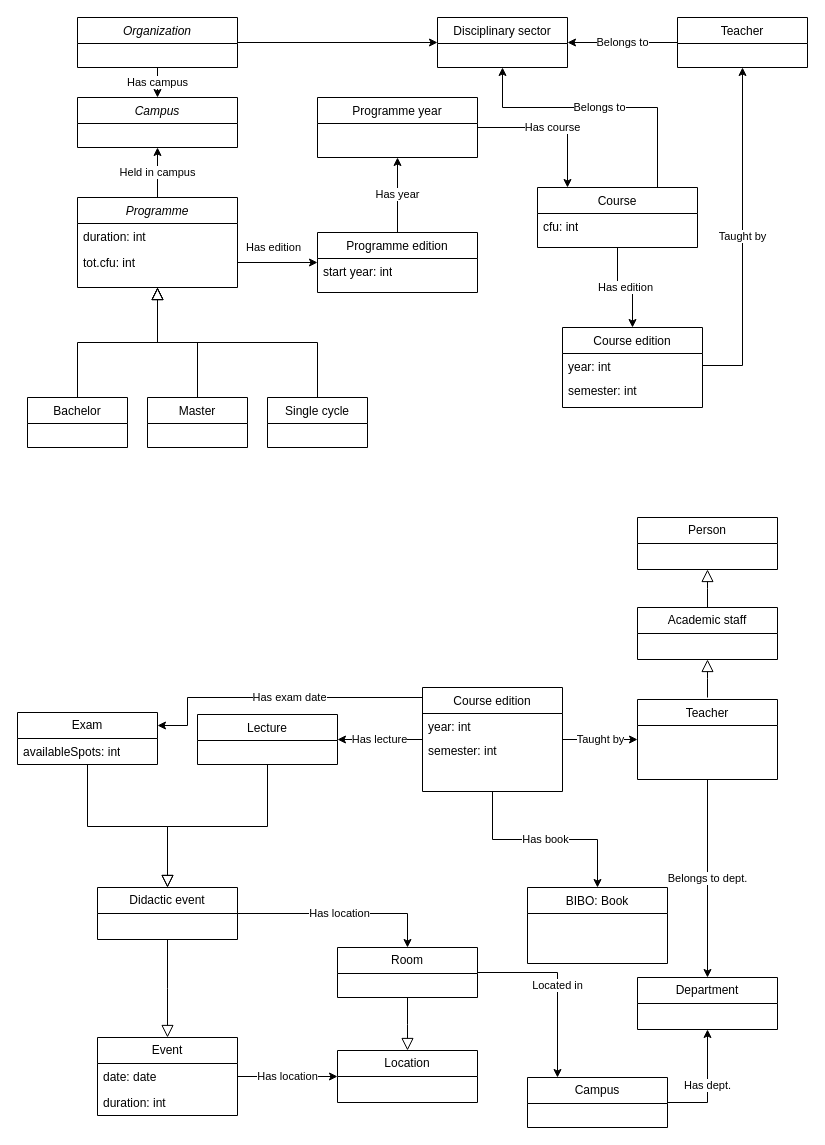
The draw.io diagram UML.drawio in T0-B1/university-ontology, before the edit. Source tidied: cells renumbered, new cells numbered last; positions are measured from the earlier drawing's top-left corner, leaving out a move shared by most shapes. Both pictures are drawn from the tidied source at 100%, with x=0, y=0 at pixel (17, 17).
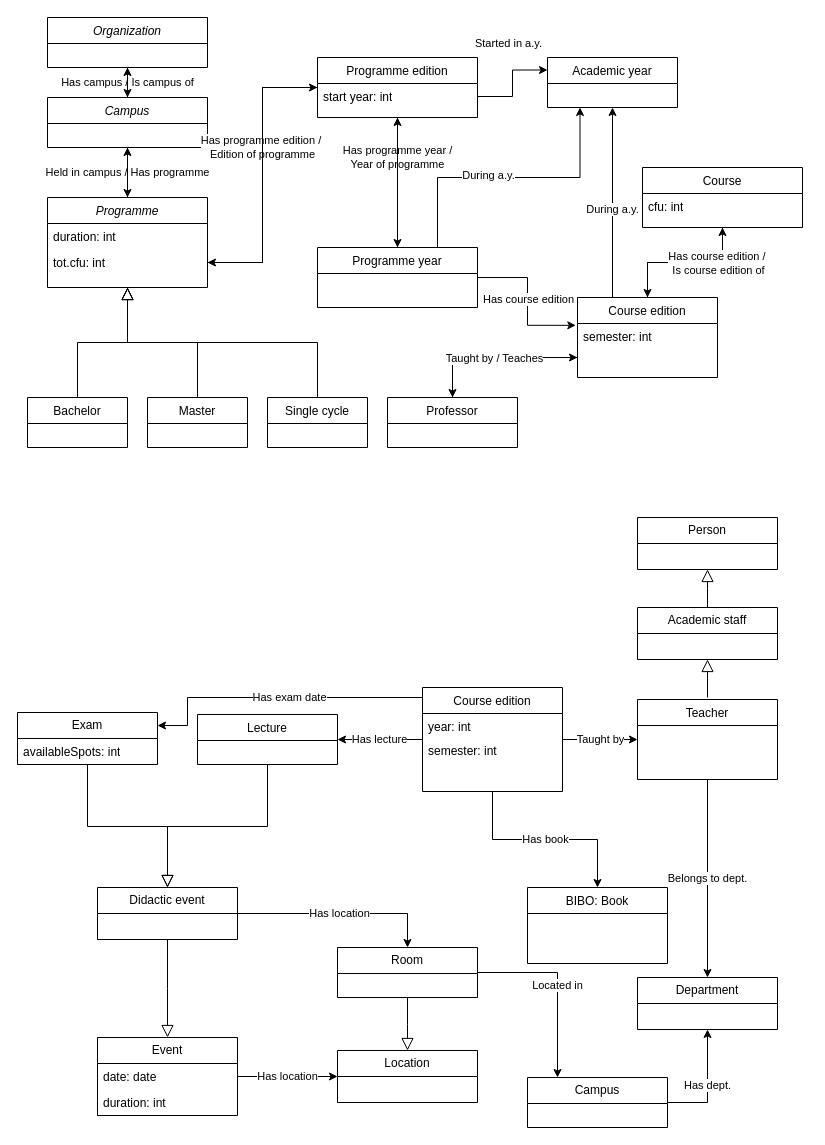
Above is the later version.

Commit message:
Aggiunte proprietà inverse in prima parte uml

Unchanged cells that the change refers to:
```xml
<mxCell id="5" value="tot.cfu: int" style="text;align=left;verticalAlign=top;spacingLeft=4;spacingRight=4;overflow=hidden;points=[[0,0.5],[1,0.5]];portConstraint=eastwest;rounded=0;shadow=0;html=0;" parent="3" vertex="1">
  <mxGeometry y="52" width="160" height="26" as="geometry" />
</mxCell>
<mxCell id="12" value="&lt;div&gt;start year: int&lt;/div&gt;&lt;div&gt;&lt;br&gt;&lt;/div&gt;" style="text;strokeColor=none;fillColor=none;align=left;verticalAlign=top;spacingLeft=4;spacingRight=4;overflow=hidden;points=[[0,0.5],[1,0.5]];portConstraint=eastwest;whiteSpace=wrap;html=1;" parent="11" vertex="1">
  <mxGeometry y="26" width="160" height="26" as="geometry" />
</mxCell>
```

Diff of the diagram source:
```diff
@@
-    <mxCell id="2" value="Held in campus" style="edgeStyle=orthogonalEdgeStyle;rounded=0;jettySize=auto;html=1;exitX=0.5;exitY=0;exitDx=0;exitDy=0;entryX=0.5;entryY=1;entryDx=0;entryDy=0;" parent="1" edge="1" source="3" target="18">
+    <mxCell id="2" value="Held in campus / Has programme" style="edgeStyle=orthogonalEdgeStyle;rounded=0;jettySize=auto;html=1;exitX=0.5;exitY=0;exitDx=0;exitDy=0;entryX=0.5;entryY=1;entryDx=0;entryDy=0;" parent="1" edge="1" source="3" target="18">
       <mxGeometry relative="1" as="geometry" />
     </mxCell>
     <mxCell id="3" value="Programme" style="swimlane;fontStyle=2;align=center;verticalAlign=top;horizontal=1;startSize=26;rounded=0;shadow=0;strokeWidth=1;" parent="1" vertex="1">
-      <mxGeometry x="60" y="180" width="160" height="90" as="geometry" />
+      <mxGeometry x="30" y="180" width="160" height="90" as="geometry" />
     </mxCell>
@@
-    <mxCell id="10" value="Has year" style="edgeStyle=orthogonalEdgeStyle;rounded=0;jettySize=auto;html=1;" parent="1" edge="1" source="11" target="21">
-      <mxGeometry relative="1" as="geometry" />
+    <mxCell id="10" value="Has programme year / &lt;br&gt;Year of programme" style="edgeStyle=orthogonalEdgeStyle;rounded=0;jettySize=auto;html=1;" parent="1" edge="1" source="11" target="21">
+      <mxGeometry x="-0.38" relative="1" as="geometry" />
     </mxCell>
     <mxCell id="11" value="Programme edition" style="swimlane;fontStyle=0;align=center;verticalAlign=top;horizontal=1;startSize=26;rounded=0;shadow=0;strokeWidth=1;" parent="1" vertex="1">
-      <mxGeometry x="300" y="215" width="160" height="60" as="geometry" />
+      <mxGeometry x="300" y="40" width="160" height="60" as="geometry" />
     </mxCell>
@@
-    <mxCell id="15" value="Has campus" style="edgeStyle=orthogonalEdgeStyle;rounded=0;jettySize=auto;html=1;" parent="1" edge="1" source="17" target="18">
+    <mxCell id="15" value="Has campus /&amp;nbsp;Is campus of" style="edgeStyle=orthogonalEdgeStyle;rounded=0;jettySize=auto;html=1;" parent="1" edge="1" source="17" target="18">
       <mxGeometry relative="1" as="geometry" />
     </mxCell>
-    <mxCell id="16" style="edgeStyle=orthogonalEdgeStyle;rounded=0;jettySize=auto;html=1;exitX=1;exitY=0.5;exitDx=0;exitDy=0;entryX=0;entryY=0.5;entryDx=0;entryDy=0;" parent="1" edge="1" source="17" target="29">
-      <mxGeometry relative="1" as="geometry" />
-    </mxCell>
     <mxCell id="17" value="Organization" style="swimlane;fontStyle=2;align=center;verticalAlign=top;horizontal=1;startSize=26;rounded=0;shadow=0;strokeWidth=1;" parent="1" vertex="1">
-      <mxGeometry x="60" width="160" height="50" as="geometry" />
+      <mxGeometry x="30" width="160" height="50" as="geometry" />
     </mxCell>
+    <mxCell id="66" style="edgeStyle=orthogonalEdgeStyle;rounded=0;jettySize=auto;html=1;exitX=0.5;exitY=1;exitDx=0;exitDy=0;entryX=0.5;entryY=0;entryDx=0;entryDy=0;" parent="1" edge="1" source="18" target="3">
+      <mxGeometry relative="1" as="geometry" />
+    </mxCell>
+    <mxCell id="67" style="edgeStyle=orthogonalEdgeStyle;rounded=0;jettySize=auto;html=1;exitX=0.5;exitY=0;exitDx=0;exitDy=0;entryX=0.5;entryY=1;entryDx=0;entryDy=0;" parent="1" edge="1" source="18" target="17">
+      <mxGeometry relative="1" as="geometry" />
+    </mxCell>
     <mxCell id="18" value="Campus" style="swimlane;fontStyle=2;align=center;verticalAlign=top;horizontal=1;startSize=26;rounded=0;shadow=0;strokeWidth=1;" parent="1" vertex="1">
-      <mxGeometry x="60" y="80" width="160" height="50" as="geometry" />
+      <mxGeometry x="30" y="80" width="160" height="50" as="geometry" />
     </mxCell>
-    <mxCell id="19" value="Has edition" style="edgeStyle=orthogonalEdgeStyle;rounded=0;jettySize=auto;html=1;exitX=1;exitY=0.5;exitDx=0;exitDy=0;entryX=0;entryY=0.5;entryDx=0;entryDy=0;" parent="1" edge="1" source="5" target="11">
-      <mxGeometry x="-0.09" y="15" relative="1" as="geometry" />
+    <mxCell id="19" value="Has programme edition /&amp;nbsp;&lt;br&gt;Edition of programme" style="edgeStyle=orthogonalEdgeStyle;rounded=0;jettySize=auto;html=1;exitX=1;exitY=0.5;exitDx=0;exitDy=0;entryX=0;entryY=0.5;entryDx=0;entryDy=0;" parent="1" edge="1" source="5" target="11">
+      <mxGeometry x="0.19" relative="1" as="geometry" />
     </mxCell>
-    <mxCell id="20" value="Has course" style="edgeStyle=orthogonalEdgeStyle;rounded=0;jettySize=auto;html=1;" parent="1" edge="1" source="21" target="24">
-      <mxGeometry relative="1" as="geometry">
-        <Array as="points">
-          <mxPoint x="550" y="110" />
-        </Array>
-      </mxGeometry>
-    </mxCell>
+    <mxCell id="68" style="edgeStyle=orthogonalEdgeStyle;rounded=0;jettySize=auto;html=1;exitX=1;exitY=0.5;exitDx=0;exitDy=0;entryX=-0.012;entryY=0.061;entryDx=0;entryDy=0;entryPerimeter=0;" parent="1" edge="1" source="21" target="28">
+      <mxGeometry relative="1" as="geometry" />
+    </mxCell>
+    <mxCell id="69" value="Has course edition" style="edgeLabel;html=1;align=center;verticalAlign=middle;" parent="68" vertex="1">
+      <mxGeometry x="-0.03" relative="1" as="geometry" />
+    </mxCell>
+    <mxCell id="70" style="edgeStyle=orthogonalEdgeStyle;rounded=0;jettySize=auto;html=1;exitX=0.75;exitY=0;exitDx=0;exitDy=0;entryX=0.25;entryY=1;entryDx=0;entryDy=0;" parent="1" edge="1" source="21" target="80">
+      <mxGeometry relative="1" as="geometry" />
+    </mxCell>
+    <mxCell id="71" value="During a.y." style="edgeLabel;html=1;align=center;verticalAlign=middle;" parent="70" vertex="1">
+      <mxGeometry x="-0.15" y="3" relative="1" as="geometry" />
+    </mxCell>
+    <mxCell id="72" style="edgeStyle=orthogonalEdgeStyle;rounded=0;jettySize=auto;html=1;exitX=0.5;exitY=0;exitDx=0;exitDy=0;entryX=0.5;entryY=1;entryDx=0;entryDy=0;" parent="1" edge="1" source="21" target="11">
+      <mxGeometry relative="1" as="geometry" />
+    </mxCell>
     <mxCell id="21" value="Programme year" style="swimlane;fontStyle=0;align=center;verticalAlign=top;horizontal=1;startSize=26;rounded=0;shadow=0;strokeWidth=1;" parent="1" vertex="1">
-      <mxGeometry x="300" y="80" width="160" height="60" as="geometry" />
+      <mxGeometry x="300" y="230" width="160" height="60" as="geometry" />
     </mxCell>
-    <mxCell id="22" value="Has edition" style="edgeStyle=orthogonalEdgeStyle;rounded=0;jettySize=auto;html=1;" parent="1" edge="1" source="24" target="26">
+    <mxCell id="22" style="edgeStyle=orthogonalEdgeStyle;rounded=0;jettySize=auto;html=1;exitX=0.5;exitY=1;exitDx=0;exitDy=0;entryX=0.5;entryY=0;entryDx=0;entryDy=0;" parent="1" edge="1" source="24" target="26">
       <mxGeometry relative="1" as="geometry" />
     </mxCell>
-    <mxCell id="23" value="Belongs to" style="edgeStyle=orthogonalEdgeStyle;rounded=0;jettySize=auto;html=1;exitX=0.75;exitY=0;exitDx=0;exitDy=0;entryX=0.5;entryY=1;entryDx=0;entryDy=0;" parent="1" edge="1" source="24" target="29">
-      <mxGeometry relative="1" as="geometry">
-        <Array as="points">
-          <mxPoint x="640" y="90" />
-          <mxPoint x="485" y="90" />
-        </Array>
-      </mxGeometry>
-    </mxCell>
     <mxCell id="24" value="Course" style="swimlane;fontStyle=0;align=center;verticalAlign=top;horizontal=1;startSize=26;rounded=0;shadow=0;strokeWidth=1;" parent="1" vertex="1">
-      <mxGeometry x="520" y="170" width="160" height="60" as="geometry" />
+      <mxGeometry x="625" y="150" width="160" height="60" as="geometry" />
     </mxCell>
     <mxCell id="25" value="cfu: int" style="text;strokeColor=none;fillColor=none;align=left;verticalAlign=top;spacingLeft=4;spacingRight=4;overflow=hidden;whiteSpace=wrap;html=1;" parent="24" vertex="1">
-      <mxGeometry y="26" width="160" height="34" as="geometry" />
+      <mxGeometry y="26" width="160" height="24" as="geometry" />
     </mxCell>
+    <mxCell id="73" style="edgeStyle=orthogonalEdgeStyle;rounded=0;jettySize=auto;html=1;exitX=0.25;exitY=0;exitDx=0;exitDy=0;entryX=0.5;entryY=1;entryDx=0;entryDy=0;" parent="1" edge="1" source="26" target="80">
+      <mxGeometry relative="1" as="geometry" />
+    </mxCell>
+    <mxCell id="74" value="During a.y." style="edgeLabel;html=1;align=center;verticalAlign=middle;" parent="73" vertex="1">
+      <mxGeometry x="-0.06" y="1" relative="1" as="geometry" />
+    </mxCell>
+    <mxCell id="75" style="edgeStyle=orthogonalEdgeStyle;rounded=0;jettySize=auto;html=1;exitX=0;exitY=0.75;exitDx=0;exitDy=0;entryX=0.5;entryY=0;entryDx=0;entryDy=0;" parent="1" edge="1" source="26" target="31">
+      <mxGeometry relative="1" as="geometry" />
+    </mxCell>
+    <mxCell id="76" style="edgeStyle=orthogonalEdgeStyle;rounded=0;jettySize=auto;html=1;exitX=0.5;exitY=0;exitDx=0;exitDy=0;" parent="1" edge="1" source="26" target="24">
+      <mxGeometry relative="1" as="geometry" />
+    </mxCell>
+    <mxCell id="77" value="Has course edition /&amp;nbsp;&lt;br style=&quot;border-color: var(--border-color);&quot;&gt;Is course edition of" style="edgeLabel;html=1;align=center;verticalAlign=middle;" parent="76" vertex="1">
+      <mxGeometry x="0.05" relative="1" as="geometry">
+        <mxPoint x="29" as="offset" />
+      </mxGeometry>
+    </mxCell>
     <mxCell id="26" value="Course edition" style="swimlane;fontStyle=0;align=center;verticalAlign=top;horizontal=1;startSize=26;rounded=0;shadow=0;strokeWidth=1;" parent="1" vertex="1">
-      <mxGeometry x="545" y="310" width="140" height="80" as="geometry" />
+      <mxGeometry x="560" y="280" width="140" height="80" as="geometry" />
     </mxCell>
-    <mxCell id="27" value="&lt;div&gt;year: int&lt;/div&gt;" style="text;strokeColor=none;fillColor=none;align=left;verticalAlign=top;spacingLeft=4;spacingRight=4;overflow=hidden;points=[[0,0.5],[1,0.5]];portConstraint=eastwest;whiteSpace=wrap;html=1;" parent="26" vertex="1">
-      <mxGeometry y="26" width="140" height="24" as="geometry" />
-    </mxCell>
     <mxCell id="28" value="semester: int" style="text;strokeColor=none;fillColor=none;align=left;verticalAlign=top;spacingLeft=4;spacingRight=4;overflow=hidden;points=[[0,0.5],[1,0.5]];portConstraint=eastwest;whiteSpace=wrap;html=1;" parent="26" vertex="1">
-      <mxGeometry y="50" width="140" height="30" as="geometry" />
+      <mxGeometry y="26" width="140" height="30" as="geometry" />
     </mxCell>
-    <mxCell id="29" value="Disciplinary sector" style="swimlane;fontStyle=0;align=center;verticalAlign=top;horizontal=1;startSize=26;rounded=0;shadow=0;strokeWidth=1;" parent="1" vertex="1">
-      <mxGeometry x="420" width="130" height="50" as="geometry" />
-    </mxCell>
-    <mxCell id="30" value="Belongs to" style="edgeStyle=orthogonalEdgeStyle;rounded=0;jettySize=auto;html=1;exitX=0;exitY=0.5;exitDx=0;exitDy=0;entryX=1;entryY=0.5;entryDx=0;entryDy=0;" parent="1" edge="1" source="31" target="29">
-      <mxGeometry relative="1" as="geometry" />
-    </mxCell>
+    <mxCell id="78" style="edgeStyle=orthogonalEdgeStyle;rounded=0;jettySize=auto;html=1;exitX=0.5;exitY=0;exitDx=0;exitDy=0;entryX=0;entryY=0.75;entryDx=0;entryDy=0;" parent="1" edge="1" source="31" target="26">
+      <mxGeometry relative="1" as="geometry" />
+    </mxCell>
+    <mxCell id="79" value="Taught by / Teaches" style="edgeLabel;html=1;align=center;verticalAlign=middle;" parent="78" vertex="1">
+      <mxGeometry x="-0.02" y="1" relative="1" as="geometry">
+        <mxPoint y="1" as="offset" />
+      </mxGeometry>
+    </mxCell>
-    <mxCell id="31" value="Teacher" style="swimlane;fontStyle=0;align=center;verticalAlign=top;horizontal=1;startSize=26;rounded=0;shadow=0;strokeWidth=1;" parent="1" vertex="1">
-      <mxGeometry x="660" width="130" height="50" as="geometry" />
+    <mxCell id="31" value="Professor" style="swimlane;fontStyle=0;align=center;verticalAlign=top;horizontal=1;startSize=26;rounded=0;shadow=0;strokeWidth=1;" parent="1" vertex="1">
+      <mxGeometry x="370" y="380" width="130" height="50" as="geometry" />
     </mxCell>
-    <mxCell id="32" value="Taught by" style="edgeStyle=orthogonalEdgeStyle;rounded=0;jettySize=auto;html=1;exitX=1;exitY=0.5;exitDx=0;exitDy=0;entryX=0.5;entryY=1;entryDx=0;entryDy=0;" parent="1" edge="1" source="27" target="31">
-      <mxGeometry relative="1" as="geometry" />
-    </mxCell>
@@
+    <mxCell id="80" value="Academic year" style="swimlane;fontStyle=0;align=center;verticalAlign=top;horizontal=1;startSize=26;rounded=0;shadow=0;strokeWidth=1;" parent="1" vertex="1">
+      <mxGeometry x="530" y="40" width="130" height="50" as="geometry" />
+    </mxCell>
+    <mxCell id="81" style="edgeStyle=orthogonalEdgeStyle;rounded=0;jettySize=auto;html=1;exitX=1;exitY=0.5;exitDx=0;exitDy=0;entryX=0;entryY=0.25;entryDx=0;entryDy=0;" parent="1" edge="1" source="12" target="80">
+      <mxGeometry relative="1" as="geometry" />
+    </mxCell>
+    <mxCell id="82" value="Started in a.y." style="edgeLabel;html=1;align=center;verticalAlign=middle;" parent="81" vertex="1">
+      <mxGeometry x="-0.59" y="-1" relative="1" as="geometry">
+        <mxPoint x="10" y="-55" as="offset" />
+      </mxGeometry>
+    </mxCell>
+    <mxCell id="83" style="edgeStyle=orthogonalEdgeStyle;rounded=0;jettySize=auto;html=1;exitX=0;exitY=0.5;exitDx=0;exitDy=0;entryX=1;entryY=0.5;entryDx=0;entryDy=0;" parent="1" edge="1" source="12" target="5">
+      <mxGeometry relative="1" as="geometry">
+        <Array as="points">
+          <mxPoint x="300" y="70" />
+          <mxPoint x="245" y="70" />
+          <mxPoint x="245" y="245" />
+        </Array>
+      </mxGeometry>
+    </mxCell>
```
